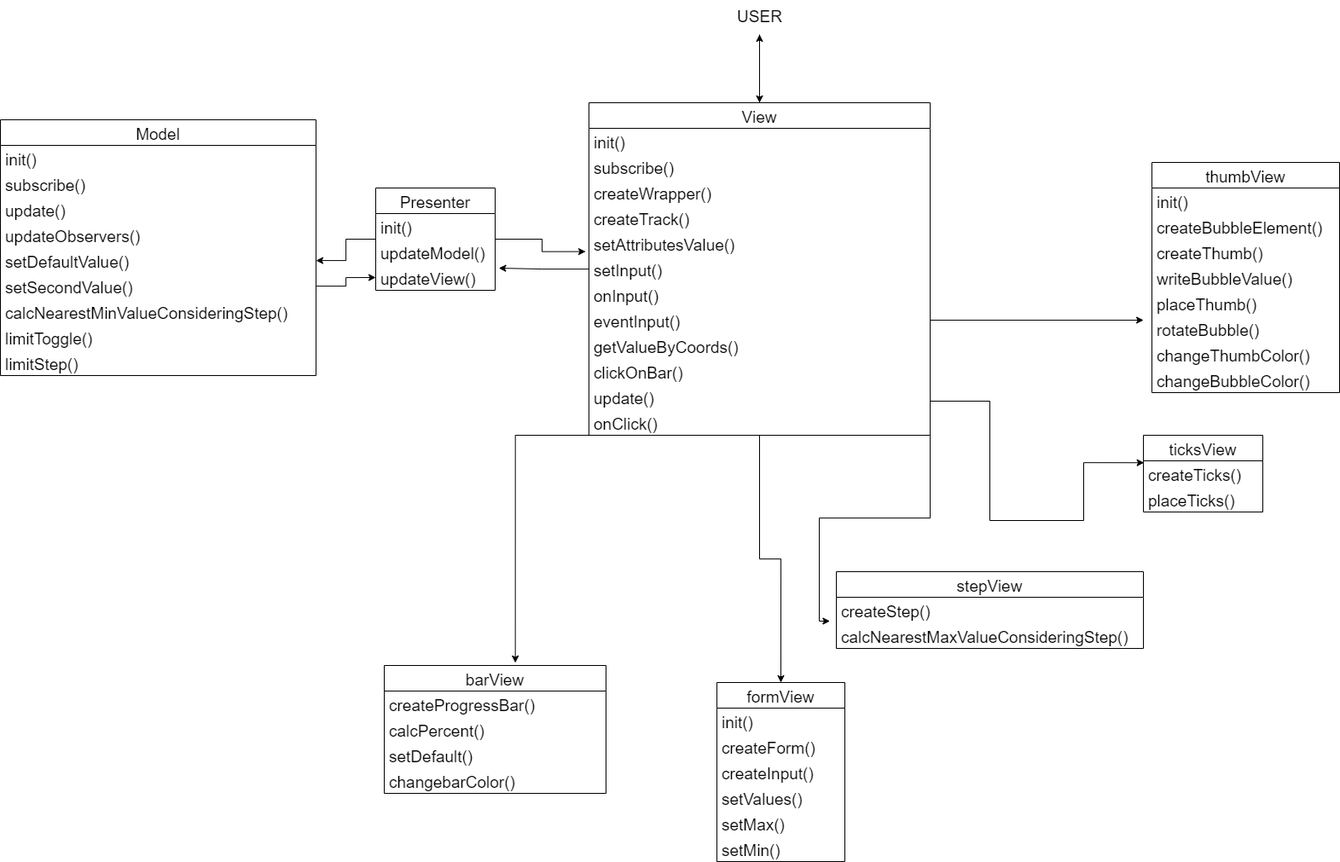
Above: uml/uml.png in MariaKlo/range-slider (draw.io), before the change. Source tidied: cells renumbered, new cells last; positions are measured from the earlier drawing's top-left corner, leaving out a move shared by most shapes.
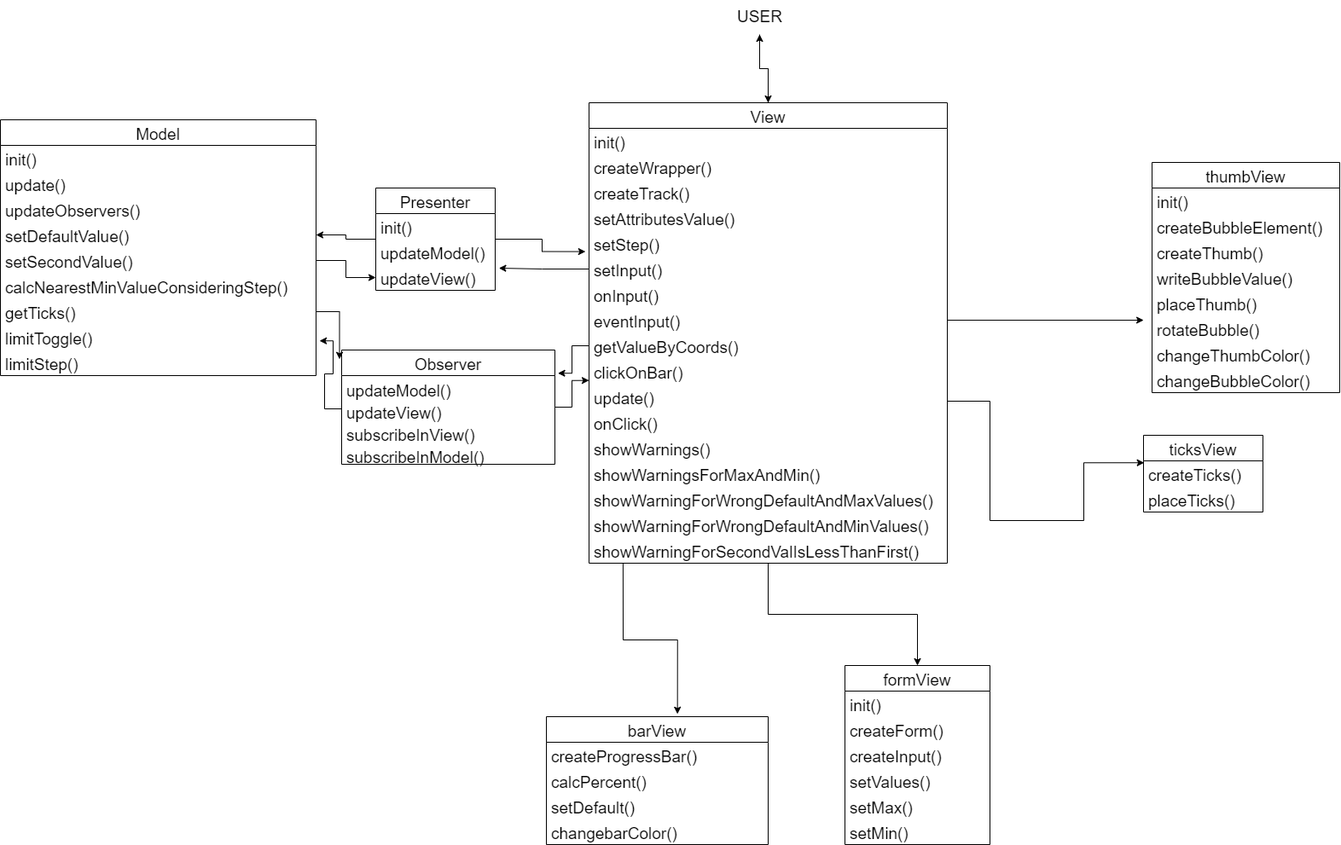
Above is the later version.

Diff of the diagram source:
```diff
@@ -17,30 +17,30 @@
     <mxCell id="6" value="init()" style="text;strokeColor=none;fillColor=none;align=left;verticalAlign=middle;spacingLeft=4;spacingRight=4;overflow=hidden;fontSize=19;" parent="5" vertex="1">
       <mxGeometry y="30" width="370" height="30" as="geometry" />
     </mxCell>
-    <mxCell id="7" value="subscribe()" style="text;strokeColor=none;fillColor=none;align=left;verticalAlign=middle;spacingLeft=4;spacingRight=4;overflow=hidden;fontSize=19;" parent="5" vertex="1">
-      <mxGeometry y="60" width="370" height="30" as="geometry" />
-    </mxCell>
     <mxCell id="8" value="update()" style="text;strokeColor=none;fillColor=none;align=left;verticalAlign=middle;spacingLeft=4;spacingRight=4;overflow=hidden;fontSize=19;" parent="5" vertex="1">
-      <mxGeometry y="90" width="370" height="30" as="geometry" />
+      <mxGeometry y="60" width="370" height="30" as="geometry" />
     </mxCell>
     <mxCell id="9" value="updateObservers()" style="text;strokeColor=none;fillColor=none;align=left;verticalAlign=middle;spacingLeft=4;spacingRight=4;overflow=hidden;fontSize=19;" parent="5" vertex="1">
-      <mxGeometry y="120" width="370" height="30" as="geometry" />
+      <mxGeometry y="90" width="370" height="30" as="geometry" />
     </mxCell>
     <mxCell id="10" value="setDefaultValue()" style="text;strokeColor=none;fillColor=none;align=left;verticalAlign=middle;spacingLeft=4;spacingRight=4;overflow=hidden;points=[[0,0.5],[1,0.5]];portConstraint=eastwest;fontSize=19;" parent="5" vertex="1">
-      <mxGeometry y="150" width="370" height="30" as="geometry" />
+      <mxGeometry y="120" width="370" height="30" as="geometry" />
     </mxCell>
     <mxCell id="11" value="setSecondValue()" style="text;strokeColor=none;fillColor=none;align=left;verticalAlign=middle;spacingLeft=4;spacingRight=4;overflow=hidden;points=[[0,0.5],[1,0.5]];portConstraint=eastwest;fontSize=19;" parent="5" vertex="1">
-      <mxGeometry y="180" width="370" height="30" as="geometry" />
+      <mxGeometry y="150" width="370" height="30" as="geometry" />
     </mxCell>
     <mxCell id="12" value="calcNearestMinValueConsideringStep()" style="text;strokeColor=none;fillColor=none;align=left;verticalAlign=middle;spacingLeft=4;spacingRight=4;overflow=hidden;fontSize=19;" parent="5" vertex="1">
-      <mxGeometry y="210" width="370" height="30" as="geometry" />
+      <mxGeometry y="180" width="370" height="30" as="geometry" />
     </mxCell>
-    <mxCell id="13" value="limitToggle()" style="text;strokeColor=none;fillColor=none;align=left;verticalAlign=middle;spacingLeft=4;spacingRight=4;overflow=hidden;points=[[0,0.5],[1,0.5]];portConstraint=eastwest;fontSize=19;" parent="5" vertex="1">
-      <mxGeometry y="240" width="370" height="30" as="geometry" />
+    <mxCell id="13" value="getTicks()" style="text;strokeColor=none;fillColor=none;align=left;verticalAlign=middle;spacingLeft=4;spacingRight=4;overflow=hidden;points=[[0,0.5],[1,0.5]];portConstraint=eastwest;fontSize=19;" parent="5" vertex="1">
+      <mxGeometry y="210" width="370" height="30" as="geometry" />
     </mxCell>
-    <mxCell id="14" value="limitStep()" style="text;strokeColor=none;fillColor=none;align=left;verticalAlign=middle;spacingLeft=4;spacingRight=4;overflow=hidden;points=[[0,0.5],[1,0.5]];portConstraint=eastwest;fontSize=19;" parent="5" vertex="1">
-      <mxGeometry y="270" width="370" height="30" as="geometry" />
+    <mxCell id="14" value="limitToggle()" style="text;strokeColor=none;fillColor=none;align=left;verticalAlign=middle;spacingLeft=4;spacingRight=4;overflow=hidden;points=[[0,0.5],[1,0.5]];portConstraint=eastwest;fontSize=19;" parent="5" vertex="1">
+      <mxGeometry y="240" width="370" height="30" as="geometry" />
     </mxCell>
+    <mxCell id="68" value="limitStep()" style="text;strokeColor=none;fillColor=none;align=left;verticalAlign=middle;spacingLeft=4;spacingRight=4;overflow=hidden;fontSize=19;" parent="5" vertex="1">
+      <mxGeometry y="270" width="370" height="30" as="geometry" />
+    </mxCell>
     <mxCell id="15" style="edgeStyle=orthogonalEdgeStyle;rounded=0;jettySize=auto;html=1;entryX=-0.01;entryY=-0.181;entryDx=0;entryDy=0;entryPerimeter=0;fontSize=19;" parent="1" edge="1" source="16" target="28">
       <mxGeometry relative="1" as="geometry" />
     </mxCell>
@@ -63,46 +63,61 @@
       <mxGeometry relative="1" as="geometry" />
     </mxCell>
     <mxCell id="22" value="View" style="swimlane;fontStyle=0;horizontal=1;startSize=30;fontSize=19;" parent="1" vertex="1">
-      <mxGeometry x="690" y="120" width="400" height="390" as="geometry" />
+      <mxGeometry x="690" y="120" width="420" height="540" as="geometry" />
     </mxCell>
     <mxCell id="23" value="init()" style="text;strokeColor=none;fillColor=none;align=left;verticalAlign=middle;spacingLeft=4;spacingRight=4;overflow=hidden;fontSize=19;" parent="22" vertex="1">
-      <mxGeometry y="30" width="400" height="30" as="geometry" />
+      <mxGeometry y="30" width="420" height="30" as="geometry" />
     </mxCell>
-    <mxCell id="24" value="subscribe()" style="text;strokeColor=none;fillColor=none;align=left;verticalAlign=middle;spacingLeft=4;spacingRight=4;overflow=hidden;fontSize=19;" parent="22" vertex="1">
-      <mxGeometry y="60" width="400" height="30" as="geometry" />
-    </mxCell>
     <mxCell id="25" value="createWrapper()" style="text;strokeColor=none;fillColor=none;align=left;verticalAlign=middle;spacingLeft=4;spacingRight=4;overflow=hidden;fontSize=19;" parent="22" vertex="1">
-      <mxGeometry y="90" width="400" height="30" as="geometry" />
+      <mxGeometry y="60" width="420" height="30" as="geometry" />
     </mxCell>
     <mxCell id="26" value="createTrack()" style="text;strokeColor=none;fillColor=none;align=left;verticalAlign=middle;spacingLeft=4;spacingRight=4;overflow=hidden;fontSize=19;" parent="22" vertex="1">
-      <mxGeometry y="120" width="400" height="30" as="geometry" />
+      <mxGeometry y="90" width="420" height="30" as="geometry" />
     </mxCell>
     <mxCell id="27" value="setAttributesValue()" style="text;strokeColor=none;fillColor=none;align=left;verticalAlign=middle;spacingLeft=4;spacingRight=4;overflow=hidden;fontSize=19;" parent="22" vertex="1">
-      <mxGeometry y="150" width="400" height="30" as="geometry" />
+      <mxGeometry y="120" width="420" height="30" as="geometry" />
     </mxCell>
+    <mxCell id="69" value="setStep()" style="text;strokeColor=none;fillColor=none;align=left;verticalAlign=middle;spacingLeft=4;spacingRight=4;overflow=hidden;fontSize=19;" parent="22" vertex="1">
+      <mxGeometry y="150" width="420" height="30" as="geometry" />
+    </mxCell>
     <mxCell id="28" value="setInput()" style="text;strokeColor=none;fillColor=none;align=left;verticalAlign=middle;spacingLeft=4;spacingRight=4;overflow=hidden;points=[[0,0.5],[1,0.5]];portConstraint=eastwest;fontSize=19;" parent="22" vertex="1">
-      <mxGeometry y="180" width="400" height="30" as="geometry" />
+      <mxGeometry y="180" width="420" height="30" as="geometry" />
     </mxCell>
     <mxCell id="29" value="onInput()" style="text;strokeColor=none;fillColor=none;align=left;verticalAlign=middle;spacingLeft=4;spacingRight=4;overflow=hidden;fontSize=19;" parent="22" vertex="1">
-      <mxGeometry y="210" width="400" height="30" as="geometry" />
+      <mxGeometry y="210" width="420" height="30" as="geometry" />
     </mxCell>
     <mxCell id="30" value="eventInput()" style="text;strokeColor=none;fillColor=none;align=left;verticalAlign=middle;spacingLeft=4;spacingRight=4;overflow=hidden;points=[[0,0.5],[1,0.5]];portConstraint=eastwest;fontSize=19;" parent="22" vertex="1">
-      <mxGeometry y="240" width="400" height="30" as="geometry" />
+      <mxGeometry y="240" width="420" height="30" as="geometry" />
     </mxCell>
     <mxCell id="31" value="getValueByCoords()" style="text;strokeColor=none;fillColor=none;align=left;verticalAlign=middle;spacingLeft=4;spacingRight=4;overflow=hidden;points=[[0,0.5],[1,0.5]];portConstraint=eastwest;fontSize=19;" parent="22" vertex="1">
-      <mxGeometry y="270" width="400" height="30" as="geometry" />
+      <mxGeometry y="270" width="420" height="30" as="geometry" />
     </mxCell>
     <mxCell id="32" value="clickOnBar()" style="text;strokeColor=none;fillColor=none;align=left;verticalAlign=middle;spacingLeft=4;spacingRight=4;overflow=hidden;fontSize=19;" parent="22" vertex="1">
-      <mxGeometry y="300" width="400" height="30" as="geometry" />
+      <mxGeometry y="300" width="420" height="30" as="geometry" />
     </mxCell>
     <mxCell id="33" value="update()" style="text;strokeColor=none;fillColor=none;align=left;verticalAlign=middle;spacingLeft=4;spacingRight=4;overflow=hidden;points=[[0,0.5],[1,0.5]];portConstraint=eastwest;fontSize=19;" parent="22" vertex="1">
-      <mxGeometry y="330" width="400" height="30" as="geometry" />
+      <mxGeometry y="330" width="420" height="30" as="geometry" />
     </mxCell>
     <mxCell id="34" value="onClick()" style="text;strokeColor=none;fillColor=none;align=left;verticalAlign=middle;spacingLeft=4;spacingRight=4;overflow=hidden;fontSize=19;" parent="22" vertex="1">
-      <mxGeometry y="360" width="400" height="30" as="geometry" />
+      <mxGeometry y="360" width="420" height="30" as="geometry" />
     </mxCell>
+    <mxCell id="70" value="showWarnings()" style="text;strokeColor=none;fillColor=none;align=left;verticalAlign=middle;spacingLeft=4;spacingRight=4;overflow=hidden;fontSize=19;" parent="22" vertex="1">
+      <mxGeometry y="390" width="420" height="30" as="geometry" />
+    </mxCell>
+    <mxCell id="71" value="showWarningsForMaxAndMin()" style="text;strokeColor=none;fillColor=none;align=left;verticalAlign=middle;spacingLeft=4;spacingRight=4;overflow=hidden;fontSize=19;" parent="22" vertex="1">
+      <mxGeometry y="420" width="420" height="30" as="geometry" />
+    </mxCell>
+    <mxCell id="72" value="showWarningForWrongDefaultAndMaxValues()" style="text;strokeColor=none;fillColor=none;align=left;verticalAlign=middle;spacingLeft=4;spacingRight=4;overflow=hidden;fontSize=19;" parent="22" vertex="1">
+      <mxGeometry y="450" width="420" height="30" as="geometry" />
+    </mxCell>
+    <mxCell id="73" value="showWarningForWrongDefaultAndMinValues()" style="text;strokeColor=none;fillColor=none;align=left;verticalAlign=middle;spacingLeft=4;spacingRight=4;overflow=hidden;fontSize=19;" parent="22" vertex="1">
+      <mxGeometry y="480" width="420" height="30" as="geometry" />
+    </mxCell>
+    <mxCell id="74" value="showWarningForSecondValIsLessThanFirst()" style="text;strokeColor=none;fillColor=none;align=left;verticalAlign=middle;spacingLeft=4;spacingRight=4;overflow=hidden;points=[[0,0.5],[1,0.5]];portConstraint=eastwest;fontSize=19;" parent="22" vertex="1">
+      <mxGeometry y="510" width="420" height="30" as="geometry" />
+    </mxCell>
     <mxCell id="35" value="barView" style="swimlane;fontStyle=0;horizontal=1;startSize=30;fontSize=19;" parent="1" vertex="1">
-      <mxGeometry x="450" y="780" width="260" height="150" as="geometry" />
+      <mxGeometry x="640" y="840" width="260" height="150" as="geometry" />
     </mxCell>
     <mxCell id="36" value="createProgressBar()" style="text;strokeColor=none;fillColor=none;align=left;verticalAlign=middle;spacingLeft=4;spacingRight=4;overflow=hidden;fontSize=19;" parent="35" vertex="1">
       <mxGeometry y="30" width="260" height="30" as="geometry" />
@@ -117,35 +132,26 @@
       <mxGeometry y="120" width="260" height="30" as="geometry" />
     </mxCell>
     <mxCell id="40" value="formView" style="swimlane;fontStyle=0;horizontal=1;startSize=30;fontSize=19;" parent="1" vertex="1">
-      <mxGeometry x="840" y="800" width="150" height="210" as="geometry" />
+      <mxGeometry x="990" y="780" width="170" height="210" as="geometry" />
     </mxCell>
     <mxCell id="41" value="init()" style="text;strokeColor=none;fillColor=none;align=left;verticalAlign=middle;spacingLeft=4;spacingRight=4;overflow=hidden;fontSize=19;" parent="40" vertex="1">
-      <mxGeometry y="30" width="150" height="30" as="geometry" />
+      <mxGeometry y="30" width="170" height="30" as="geometry" />
     </mxCell>
     <mxCell id="42" value="createForm()" style="text;strokeColor=none;fillColor=none;align=left;verticalAlign=middle;spacingLeft=4;spacingRight=4;overflow=hidden;fontSize=19;" parent="40" vertex="1">
-      <mxGeometry y="60" width="150" height="30" as="geometry" />
+      <mxGeometry y="60" width="170" height="30" as="geometry" />
     </mxCell>
     <mxCell id="43" value="createInput()" style="text;strokeColor=none;fillColor=none;align=left;verticalAlign=middle;spacingLeft=4;spacingRight=4;overflow=hidden;fontSize=19;" parent="40" vertex="1">
-      <mxGeometry y="90" width="150" height="30" as="geometry" />
+      <mxGeometry y="90" width="170" height="30" as="geometry" />
     </mxCell>
     <mxCell id="44" value="setValues()" style="text;strokeColor=none;fillColor=none;align=left;verticalAlign=middle;spacingLeft=4;spacingRight=4;overflow=hidden;fontSize=19;" parent="40" vertex="1">
-      <mxGeometry y="120" width="150" height="30" as="geometry" />
+      <mxGeometry y="120" width="170" height="30" as="geometry" />
     </mxCell>
     <mxCell id="45" value="setMax()" style="text;strokeColor=none;fillColor=none;align=left;verticalAlign=middle;spacingLeft=4;spacingRight=4;overflow=hidden;fontSize=19;" parent="40" vertex="1">
-      <mxGeometry y="150" width="150" height="30" as="geometry" />
+      <mxGeometry y="150" width="170" height="30" as="geometry" />
     </mxCell>
     <mxCell id="46" value="setMin()" style="text;strokeColor=none;fillColor=none;align=left;verticalAlign=middle;spacingLeft=4;spacingRight=4;overflow=hidden;fontSize=19;" parent="40" vertex="1">
-      <mxGeometry y="180" width="150" height="30" as="geometry" />
+      <mxGeometry y="180" width="170" height="30" as="geometry" />
     </mxCell>
-    <mxCell id="47" value="stepView" style="swimlane;fontStyle=0;horizontal=1;startSize=30;fontSize=19;" parent="1" vertex="1">
-      <mxGeometry x="980" y="670" width="360" height="90" as="geometry" />
-    </mxCell>
-    <mxCell id="48" value="createStep()" style="text;strokeColor=none;fillColor=none;align=left;verticalAlign=middle;spacingLeft=4;spacingRight=4;overflow=hidden;fontSize=19;" parent="47" vertex="1">
-      <mxGeometry y="30" width="360" height="30" as="geometry" />
-    </mxCell>
-    <mxCell id="49" value="calcNearestMaxValueConsideringStep()" style="text;strokeColor=none;fillColor=none;align=left;verticalAlign=middle;spacingLeft=4;spacingRight=4;overflow=hidden;points=[[0,0.5],[1,0.5]];portConstraint=eastwest;fontSize=19;" parent="47" vertex="1">
-      <mxGeometry y="60" width="360" height="30" as="geometry" />
-    </mxCell>
     <mxCell id="50" value="ticksView" style="swimlane;fontStyle=0;horizontal=1;startSize=30;fontSize=19;" parent="1" vertex="1">
       <mxGeometry x="1340" y="510" width="140" height="90" as="geometry" />
     </mxCell>
@@ -188,7 +194,7 @@
     <mxCell id="63" style="edgeStyle=orthogonalEdgeStyle;rounded=0;jettySize=auto;html=1;fontSize=19;entryX=0.005;entryY=0.358;entryDx=0;entryDy=0;entryPerimeter=0;exitX=1;exitY=0.5;exitDx=0;exitDy=0;" parent="1" edge="1" source="33" target="50">
       <mxGeometry relative="1" as="geometry">
         <Array as="points">
-          <mxPoint x="1090" y="470" />
+          <mxPoint x="1110" y="470" />
           <mxPoint x="1160" y="470" />
           <mxPoint x="1160" y="610" />
           <mxPoint x="1270" y="610" />
@@ -196,15 +202,8 @@
         </Array>
       </mxGeometry>
     </mxCell>
-    <mxCell id="64" style="edgeStyle=orthogonalEdgeStyle;rounded=0;jettySize=auto;html=1;entryX=-0.021;entryY=-0.067;entryDx=0;entryDy=0;entryPerimeter=0;fontSize=19;" parent="1" edge="1" target="49">
-      <mxGeometry relative="1" as="geometry">
-        <mxPoint x="1090" y="484" as="sourcePoint" />
-      </mxGeometry>
-    </mxCell>
-    <mxCell id="65" style="edgeStyle=orthogonalEdgeStyle;rounded=0;jettySize=auto;html=1;entryX=0.591;entryY=-0.021;entryDx=0;entryDy=0;entryPerimeter=0;fontSize=19;" parent="1" edge="1" target="35">
-      <mxGeometry relative="1" as="geometry">
-        <mxPoint x="730" y="510" as="sourcePoint" />
-      </mxGeometry>
+    <mxCell id="65" style="edgeStyle=orthogonalEdgeStyle;rounded=0;jettySize=auto;html=1;entryX=0.591;entryY=-0.021;entryDx=0;entryDy=0;entryPerimeter=0;fontSize=19;exitX=0.095;exitY=1;exitDx=0;exitDy=0;exitPerimeter=0;" parent="1" edge="1" source="74" target="35">
+      <mxGeometry relative="1" as="geometry" />
     </mxCell>
     <mxCell id="66" style="edgeStyle=orthogonalEdgeStyle;rounded=0;jettySize=auto;html=1;entryX=0;entryY=0.5;entryDx=0;entryDy=0;fontSize=19;" parent="1" edge="1" source="11" target="19">
       <mxGeometry relative="1" as="geometry" />
@@ -212,5 +211,32 @@
     <mxCell id="67" style="edgeStyle=orthogonalEdgeStyle;rounded=0;jettySize=auto;html=1;entryX=1.031;entryY=0.133;entryDx=0;entryDy=0;entryPerimeter=0;fontSize=19;" parent="1" edge="1" source="28" target="19">
       <mxGeometry relative="1" as="geometry" />
     </mxCell>
+    <mxCell id="75" style="edgeStyle=orthogonalEdgeStyle;rounded=0;jettySize=auto;html=1;entryX=0;entryY=-0.144;entryDx=0;entryDy=0;entryPerimeter=0;" parent="1" edge="1" source="76" target="33">
+      <mxGeometry relative="1" as="geometry" />
+    </mxCell>
+    <mxCell id="76" value="Observer" style="swimlane;fontStyle=0;horizontal=1;startSize=30;fillColor=none;fontSize=19;" parent="1" vertex="1">
+      <mxGeometry x="400" y="410" width="250" height="134" as="geometry" />
+    </mxCell>
+    <mxCell id="77" value="updateModel()" style="text;strokeColor=none;fillColor=none;align=left;verticalAlign=top;spacingLeft=4;spacingRight=4;overflow=hidden;points=[[0,0.5],[1,0.5]];portConstraint=eastwest;fontSize=19;" parent="76" vertex="1">
+      <mxGeometry y="30" width="250" height="26" as="geometry" />
+    </mxCell>
+    <mxCell id="78" value="updateView()" style="text;strokeColor=none;fillColor=none;align=left;verticalAlign=top;spacingLeft=4;spacingRight=4;overflow=hidden;points=[[0,0.5],[1,0.5]];portConstraint=eastwest;fontSize=19;" parent="76" vertex="1">
+      <mxGeometry y="56" width="250" height="26" as="geometry" />
+    </mxCell>
+    <mxCell id="79" value="subscribeInView()" style="text;strokeColor=none;fillColor=none;align=left;verticalAlign=top;spacingLeft=4;spacingRight=4;overflow=hidden;fontSize=19;" parent="76" vertex="1">
+      <mxGeometry y="82" width="250" height="26" as="geometry" />
+    </mxCell>
+    <mxCell id="80" value="subscribeInModel()" style="text;strokeColor=none;fillColor=none;align=left;verticalAlign=top;spacingLeft=4;spacingRight=4;overflow=hidden;fontSize=19;" parent="76" vertex="1">
+      <mxGeometry y="108" width="250" height="26" as="geometry" />
+    </mxCell>
+    <mxCell id="81" style="edgeStyle=orthogonalEdgeStyle;rounded=0;jettySize=auto;html=1;entryX=1.011;entryY=0.641;entryDx=0;entryDy=0;entryPerimeter=0;" parent="1" edge="1" source="78" target="14">
+      <mxGeometry relative="1" as="geometry" />
+    </mxCell>
+    <mxCell id="82" style="edgeStyle=orthogonalEdgeStyle;rounded=0;jettySize=auto;html=1;entryX=-0.01;entryY=0.08;entryDx=0;entryDy=0;entryPerimeter=0;" parent="1" edge="1" source="13" target="76">
+      <mxGeometry relative="1" as="geometry" />
+    </mxCell>
+    <mxCell id="83" style="edgeStyle=orthogonalEdgeStyle;rounded=0;jettySize=auto;html=1;entryX=1.014;entryY=-0.107;entryDx=0;entryDy=0;entryPerimeter=0;" parent="1" edge="1" source="31" target="77">
+      <mxGeometry relative="1" as="geometry" />
+    </mxCell>
   </root>
 </mxGraphModel>
```
